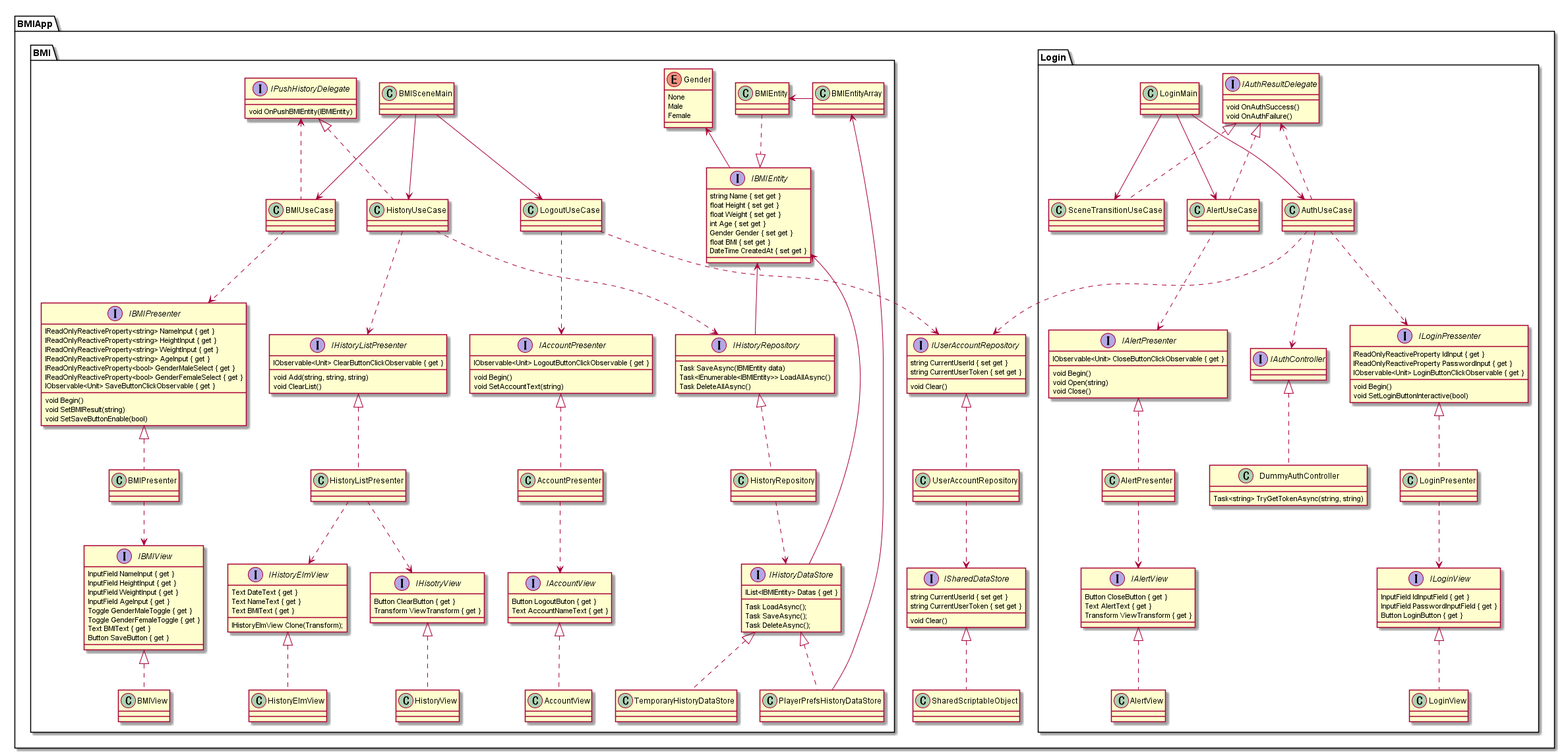
This is doc/ca.png from naninunenoy/UnityViewPatterns, a PlantUML export, as it was before one commit.
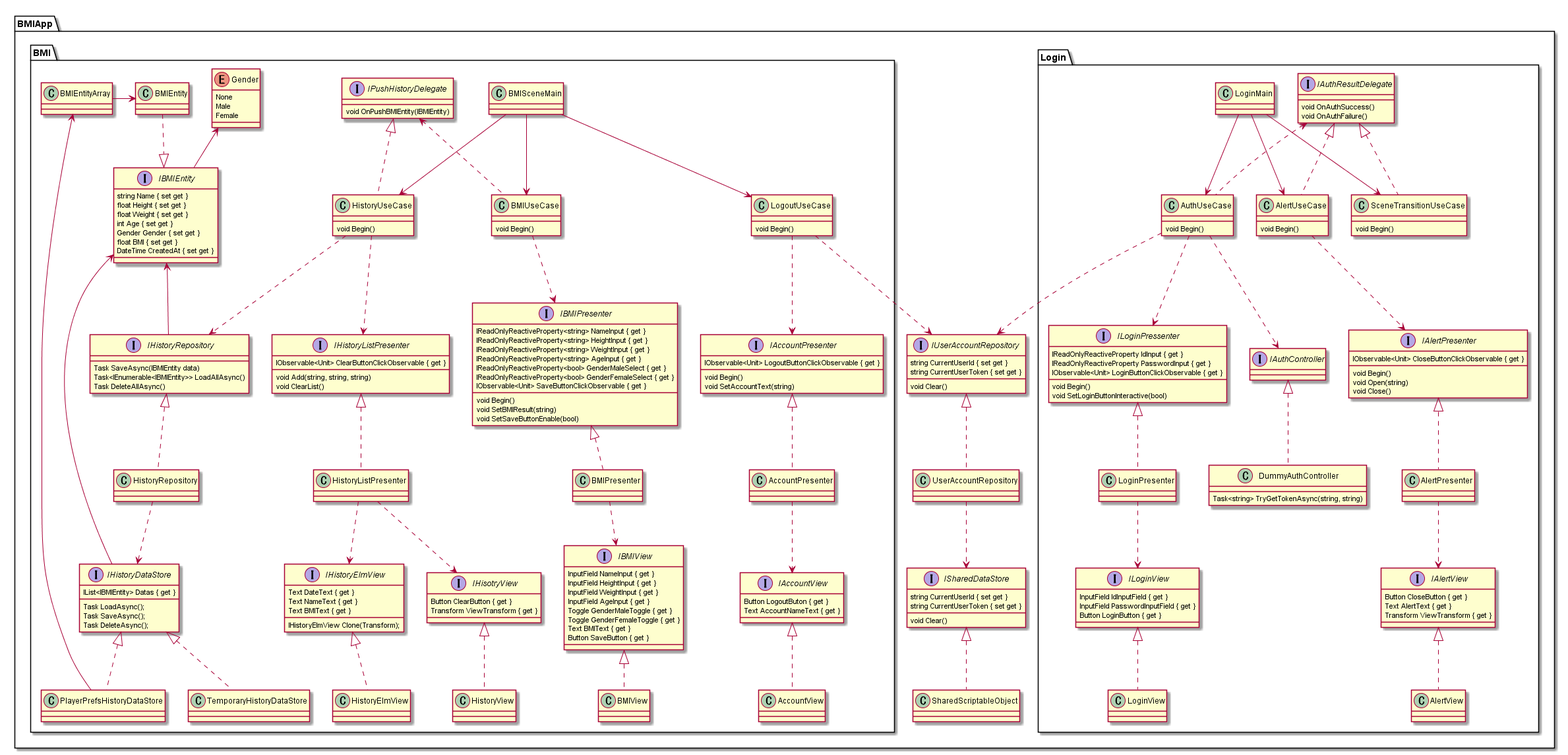
The same file after the commit.

Commit message:
順番修正。begin追加

Change to the diagram source:
```diff
@@ -3,9 +3,15 @@
 package BMIApp {
     package Login {
         class LoginMain
-        class AuthUseCase
-        class AlertUseCase
-        class SceneTransitionUseCase
+        class AuthUseCase {
+            void Begin()
+        }
+        class AlertUseCase {
+            void Begin()
+        }
+        class SceneTransitionUseCase {
+            void Begin()
+        }
         interface IAuthResultDelegate {
             void OnAuthSuccess()
             void OnAuthFailure()
@@ -44,9 +50,15 @@
     }
     package BMI {
         class BMISceneMain
-        class BMIUseCase
-        class HistoryUseCase
-        class LogoutUseCase
+        class BMIUseCase {
+            void Begin()
+        }
+        class HistoryUseCase {
+            void Begin()
+        }
+        class LogoutUseCase {
+            void Begin()
+        }
         interface IPushHistoryDelegate {
             void OnPushBMIEntity(IBMIEntity)
         }
@@ -209,4 +221,5 @@
 AccountPresenter .down.> IAccountView
 AccountView .up.|> IAccountView
 
+IAccountPresenter -[hidden]left-> IHistoryRepository
 @enduml
```
